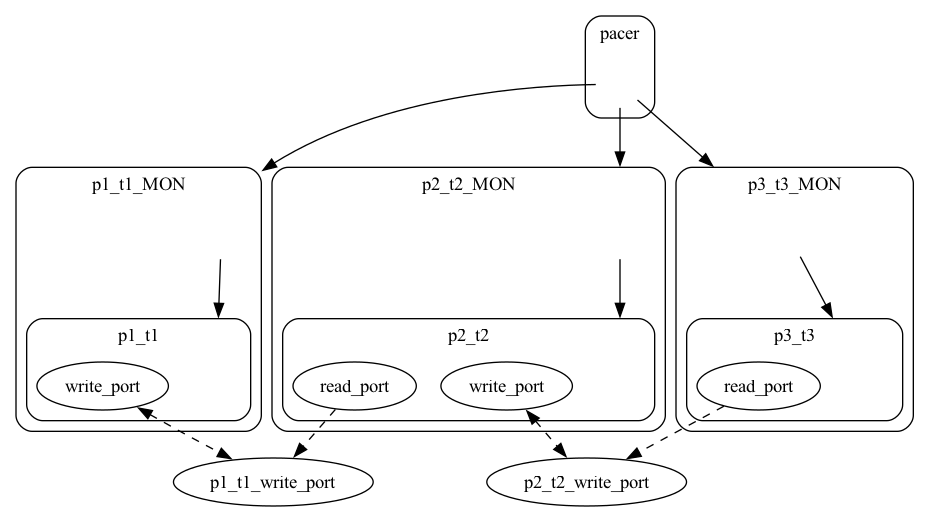
The Graphviz diagram basic/test_data_port_periodic_three_domains_CASE-simple/microkit/microkit.dot.png in santoslab/case-tool-assessment-4, before a commit. Its source is kept beside it as basic/test_data_port_periodic_three_domains_CASE-simple/microkit/microkit.dot.
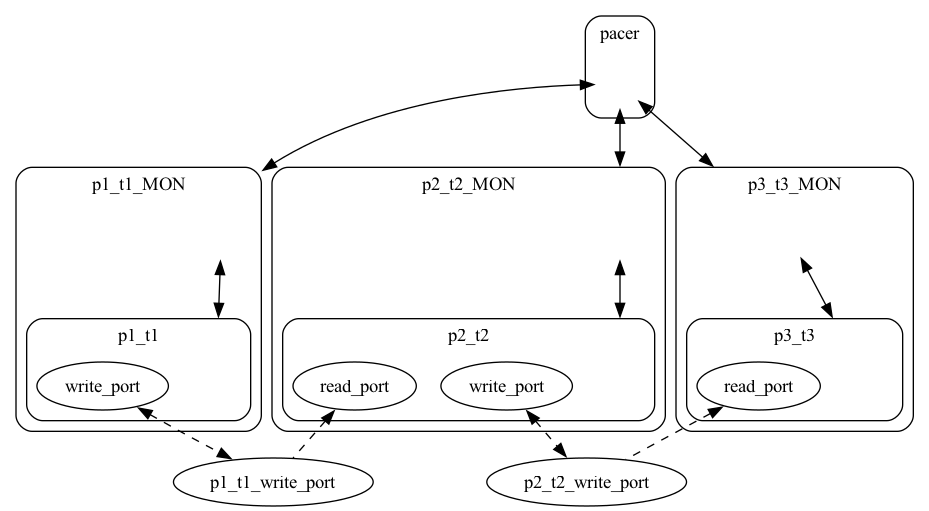
The same file after the commit.

Diff of the diagram source:
```diff
@@ -55,15 +55,15 @@
 
   p2_t2_write_port;
 
-  pacer_INVIS -> p1_t1_MON_INVIS [lhead=cluster_p1_t1_MON, minlen=2];
-  p1_t1_MON_INVIS -> p1_t1_INVIS [lhead=cluster_p1_t1, minlen=2];
-  pacer_INVIS -> p2_t2_MON_INVIS [lhead=cluster_p2_t2_MON, minlen=2];
-  p2_t2_MON_INVIS -> p2_t2_INVIS [lhead=cluster_p2_t2, minlen=2];
-  pacer_INVIS -> p3_t3_MON_INVIS [lhead=cluster_p3_t3_MON, minlen=2];
-  p3_t3_MON_INVIS -> p3_t3_INVIS [lhead=cluster_p3_t3, minlen=2];
+  pacer_INVIS -> p1_t1_MON_INVIS [lhead=cluster_p1_t1_MON, minlen=2, dir=both];
+  p1_t1_MON_INVIS -> p1_t1_INVIS [lhead=cluster_p1_t1, minlen=2, dir=both];
+  pacer_INVIS -> p2_t2_MON_INVIS [lhead=cluster_p2_t2_MON, minlen=2, dir=both];
+  p2_t2_MON_INVIS -> p2_t2_INVIS [lhead=cluster_p2_t2, minlen=2, dir=both];
+  pacer_INVIS -> p3_t3_MON_INVIS [lhead=cluster_p3_t3_MON, minlen=2, dir=both];
+  p3_t3_MON_INVIS -> p3_t3_INVIS [lhead=cluster_p3_t3, minlen=2, dir=both];
 
   pd_p1_t1_write_port -> p1_t1_write_port [dir=both, style=dashed];
-  pd_p2_t2_read_port -> p1_t1_write_port [ style=dashed];
+  pd_p2_t2_read_port -> p1_t1_write_port [dir=back, style=dashed];
   pd_p2_t2_write_port -> p2_t2_write_port [dir=both, style=dashed];
-  pd_p3_t3_read_port -> p2_t2_write_port [ style=dashed];
+  pd_p3_t3_read_port -> p2_t2_write_port [dir=back, style=dashed];
 }
```
